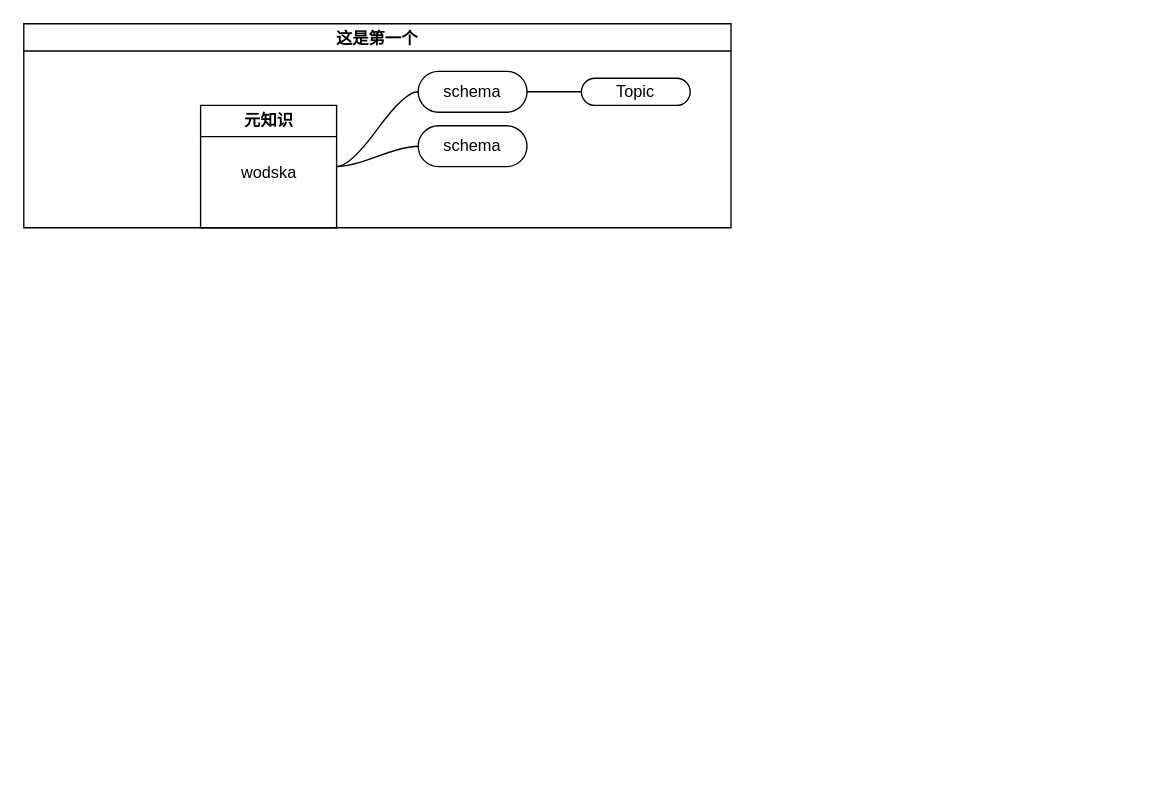
The draw.io diagram mytest.drawio in kidoln/drawio, before the edit. Source tidied: cells renumbered, new cells numbered last; positions are measured from the earlier drawing's top-left corner, leaving out a move shared by most shapes. Both pictures are drawn from the tidied source at 136%, with x=0, y=0 at pixel (23, 23).
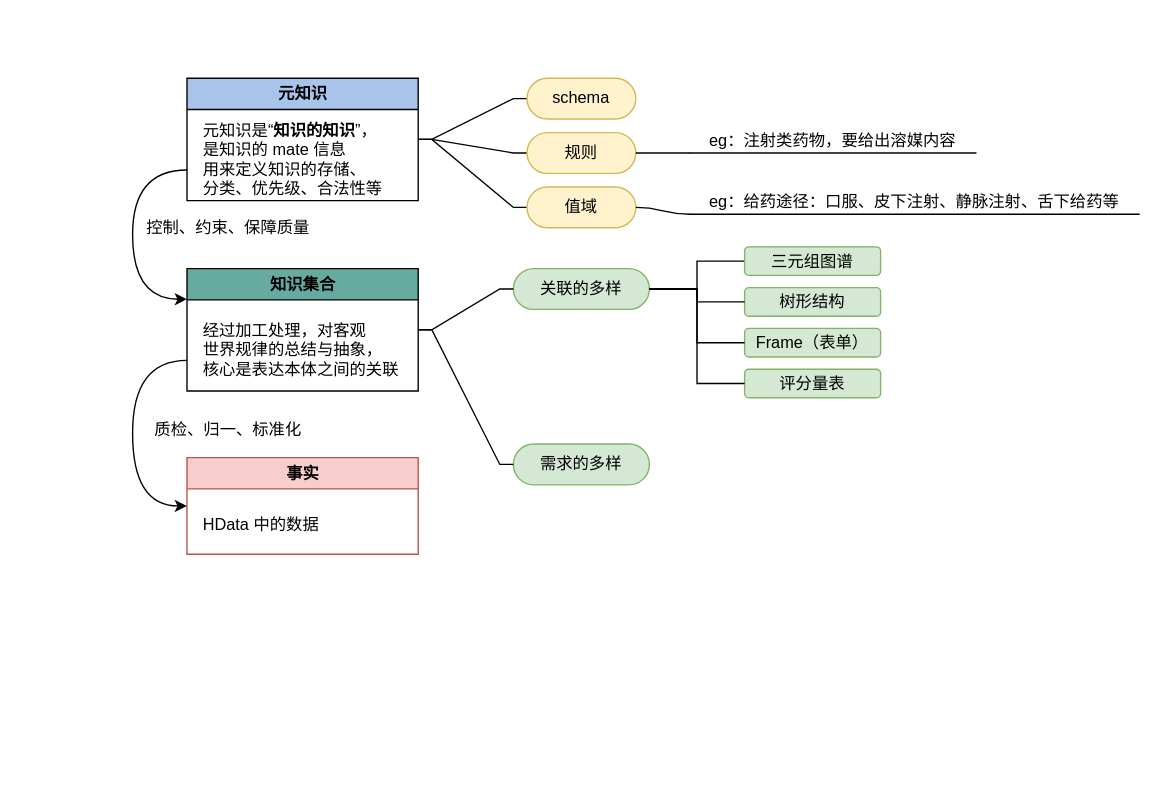
The same diagram, later.

The edit, as a diff of the source:
```diff
@@
-    <mxCell id="2" value="这是第一个" style="swimlane;startSize=20;horizontal=1;containerType=tree;" parent="1" vertex="1">
-      <mxGeometry width="520" height="150" as="geometry" />
+    <mxCell id="2" value="这是第一个" style="swimlane;startSize=20;horizontal=1;containerType=tree;swimlaneHead=0;swimlaneBody=0;noLabel=1;strokeColor=none;" parent="1" vertex="1">
+      <mxGeometry width="830" height="549" as="geometry" />
     </mxCell>
-    <mxCell id="3" style="edgeStyle=entityRelationEdgeStyle;startArrow=none;endArrow=none;segment=10;curved=1;rounded=0;" parent="2" edge="1" source="4" target="5">
+    <mxCell id="3" style="edgeStyle=entityRelationEdgeStyle;startArrow=none;endArrow=none;segment=10;rounded=0;arcSize=40;" parent="2" edge="1" source="4" target="5">
       <mxGeometry relative="1" as="geometry" />
     </mxCell>
+    <mxCell id="11" style="edgeStyle=orthogonalEdgeStyle;curved=1;rounded=1;jumpSize=6;jettySize=auto;html=1;exitX=0;exitY=0.75;exitDx=0;exitDy=0;entryX=0;entryY=0.25;entryDx=0;entryDy=0;fontColor=#000000;elbow=vertical;" parent="2" edge="1" source="4" target="18">
+      <mxGeometry relative="1" as="geometry">
+        <Array as="points">
+          <mxPoint x="80" y="108" />
+          <mxPoint x="80" y="203" />
+        </Array>
+      </mxGeometry>
+    </mxCell>
-    <mxCell id="4" value="元知识" style="swimlane;fontFamily=Helvetica;fontSize=12;fontColor=rgb(0, 0, 0);align=center;strokeColor=rgb(0, 0, 0);fillColor=rgb(255, 255, 255);html=1;startSize=23;" parent="2" vertex="1">
-      <mxGeometry x="130" y="60" width="100" height="90" as="geometry" />
+    <mxCell id="4" value="元知识" style="swimlane;fontFamily=Helvetica;fontSize=12;fontColor=rgb(0, 0, 0);align=center;strokeColor=rgb(0, 0, 0);fillColor=#A9C4EB;html=1;startSize=23;" parent="2" vertex="1">
+      <mxGeometry x="120" y="40" width="170" height="90" as="geometry" />
     </mxCell>
+    <mxCell id="10" value="&lt;div&gt;元知识是“&lt;b&gt;知识的知识&lt;/b&gt;”，&lt;/div&gt;&lt;div&gt;是知识的 mate 信息&lt;/div&gt;&lt;div&gt;用来定义知识的存储、&lt;/div&gt;&lt;div&gt;分类、优先级、合法性等&lt;/div&gt;" style="text;html=1;align=left;verticalAlign=middle;strokeColor=none;fillColor=none;" parent="4" vertex="1">
+      <mxGeometry x="10" y="30" width="150" height="60" as="geometry" />
+    </mxCell>
-    <mxCell id="5" value="schema" style="whiteSpace=wrap;html=1;rounded=1;arcSize=50;align=center;verticalAlign=middle;strokeWidth=1;spacing=4;newEdgeStyle={&quot;edgeStyle&quot;:&quot;entityRelationEdgeStyle&quot;,&quot;startArrow&quot;:&quot;none&quot;,&quot;endArrow&quot;:&quot;none&quot;,&quot;segment&quot;:10,&quot;curved&quot;:1};" parent="2" vertex="1">
-      <mxGeometry x="290" y="35" width="80" height="30" as="geometry" />
+    <mxCell id="5" value="schema" style="whiteSpace=wrap;html=1;rounded=1;arcSize=50;align=center;verticalAlign=middle;strokeWidth=1;spacing=4;newEdgeStyle={&quot;edgeStyle&quot;:&quot;entityRelationEdgeStyle&quot;,&quot;startArrow&quot;:&quot;none&quot;,&quot;endArrow&quot;:&quot;none&quot;,&quot;segment&quot;:10,&quot;curved&quot;:1};fillColor=#fff2cc;strokeColor=#d6b656;" parent="2" vertex="1">
+      <mxGeometry x="370" y="40" width="80" height="30" as="geometry" />
     </mxCell>
-    <mxCell id="6" style="edgeStyle=entityRelationEdgeStyle;startArrow=none;endArrow=none;segment=10;curved=1;rounded=0;" parent="2" edge="1" source="5" target="7">
-      <mxGeometry relative="1" as="geometry" />
-    </mxCell>
-    <mxCell id="7" value="Topic" style="whiteSpace=wrap;html=1;rounded=1;arcSize=50;align=center;verticalAlign=middle;strokeWidth=1;spacing=4;newEdgeStyle={&quot;edgeStyle&quot;:&quot;entityRelationEdgeStyle&quot;,&quot;startArrow&quot;:&quot;none&quot;,&quot;endArrow&quot;:&quot;none&quot;,&quot;segment&quot;:10,&quot;curved&quot;:1};" parent="2" vertex="1">
-      <mxGeometry x="410" y="40" width="80" height="20" as="geometry" />
-    </mxCell>
-    <mxCell id="8" style="edgeStyle=entityRelationEdgeStyle;startArrow=none;endArrow=none;segment=10;curved=1;rounded=0;" parent="2" edge="1" source="4" target="9">
+    <mxCell id="8" style="edgeStyle=entityRelationEdgeStyle;startArrow=none;endArrow=none;segment=10;rounded=0;arcSize=40;" parent="2" edge="1" source="4" target="9">
       <mxGeometry relative="1" as="geometry" />
     </mxCell>
-    <mxCell id="9" value="schema" style="whiteSpace=wrap;html=1;rounded=1;arcSize=50;align=center;verticalAlign=middle;strokeWidth=1;spacing=4;newEdgeStyle={&quot;edgeStyle&quot;:&quot;entityRelationEdgeStyle&quot;,&quot;startArrow&quot;:&quot;none&quot;,&quot;endArrow&quot;:&quot;none&quot;,&quot;segment&quot;:10,&quot;curved&quot;:1};" parent="2" vertex="1">
-      <mxGeometry x="290" y="75" width="80" height="30" as="geometry" />
+    <mxCell id="9" value="规则" style="whiteSpace=wrap;html=1;rounded=1;arcSize=50;align=center;verticalAlign=middle;strokeWidth=1;spacing=4;newEdgeStyle={&quot;edgeStyle&quot;:&quot;entityRelationEdgeStyle&quot;,&quot;startArrow&quot;:&quot;none&quot;,&quot;endArrow&quot;:&quot;none&quot;,&quot;segment&quot;:10,&quot;curved&quot;:1};fillColor=#fff2cc;strokeColor=#d6b656;" parent="2" vertex="1">
+      <mxGeometry x="370" y="80" width="80" height="30" as="geometry" />
     </mxCell>
-    <mxCell id="10" value="wodska" style="text;html=1;align=center;verticalAlign=middle;strokeColor=none;fillColor=none;" parent="1" vertex="1">
-      <mxGeometry x="150" y="100" width="60" height="20" as="geometry" />
-    </mxCell>
+    <mxCell id="12" style="edgeStyle=entityRelationEdgeStyle;startArrow=none;endArrow=none;segment=10;rounded=0;jumpSize=6;arcSize=40;" parent="2" edge="1" source="4" target="13">
+      <mxGeometry relative="1" as="geometry" />
+    </mxCell>
+    <mxCell id="13" value="值域" style="whiteSpace=wrap;html=1;rounded=1;arcSize=50;align=center;verticalAlign=middle;strokeWidth=1;spacing=4;newEdgeStyle={&quot;edgeStyle&quot;:&quot;entityRelationEdgeStyle&quot;,&quot;startArrow&quot;:&quot;none&quot;,&quot;endArrow&quot;:&quot;none&quot;,&quot;segment&quot;:10,&quot;curved&quot;:1};fillColor=#fff2cc;strokeColor=#d6b656;" parent="2" vertex="1">
+      <mxGeometry x="370" y="120" width="80" height="30" as="geometry" />
+    </mxCell>
+    <mxCell id="14" value="&lt;div&gt;eg：注射类药物，要给出溶媒内容&lt;/div&gt;" style="whiteSpace=wrap;html=1;shape=partialRectangle;top=0;left=0;bottom=1;right=0;points=[[0,1],[1,1]];fillColor=none;align=center;verticalAlign=bottom;routingCenterY=0.5;snapToPoint=1;newEdgeStyle={&quot;edgeStyle&quot;:&quot;entityRelationEdgeStyle&quot;,&quot;startArrow&quot;:&quot;none&quot;,&quot;endArrow&quot;:&quot;none&quot;,&quot;segment&quot;:10,&quot;curved&quot;:1};fontColor=#000000;" parent="2" vertex="1">
+      <mxGeometry x="490" y="75" width="210" height="20" as="geometry" />
+    </mxCell>
+    <mxCell id="15" style="edgeStyle=entityRelationEdgeStyle;startArrow=none;endArrow=none;segment=10;curved=1;rounded=1;fontColor=#C3ABD0;jumpSize=6;" parent="2" edge="1" source="9" target="14">
+      <mxGeometry relative="1" as="geometry" />
+    </mxCell>
+    <mxCell id="16" value="&lt;div&gt;eg：给药途径：口服、皮下注射、静脉注射、舌下给药等&lt;/div&gt;" style="whiteSpace=wrap;html=1;shape=partialRectangle;top=0;left=0;bottom=1;right=0;points=[[0,1],[1,1]];fillColor=none;align=center;verticalAlign=bottom;routingCenterY=0.5;snapToPoint=1;newEdgeStyle={&quot;edgeStyle&quot;:&quot;entityRelationEdgeStyle&quot;,&quot;startArrow&quot;:&quot;none&quot;,&quot;endArrow&quot;:&quot;none&quot;,&quot;segment&quot;:10,&quot;curved&quot;:1};fontColor=#000000;" parent="2" vertex="1">
+      <mxGeometry x="490" y="120" width="330" height="20" as="geometry" />
+    </mxCell>
+    <mxCell id="17" style="edgeStyle=entityRelationEdgeStyle;startArrow=none;endArrow=none;segment=10;curved=1;rounded=1;fontColor=#C3ABD0;jumpSize=6;" parent="2" edge="1" source="13" target="16">
+      <mxGeometry relative="1" as="geometry" />
+    </mxCell>
+    <mxCell id="18" value="知识集合" style="swimlane;fontFamily=Helvetica;fontSize=12;fontColor=rgb(0, 0, 0);align=center;strokeColor=rgb(0, 0, 0);fillColor=#67AB9F;html=1;startSize=23;" parent="2" vertex="1">
+      <mxGeometry x="120" y="180" width="170" height="90" as="geometry" />
+    </mxCell>
+    <mxCell id="19" value="&lt;div&gt;经过加工处理，对客观&lt;/div&gt;&lt;div&gt;世界规律的总结与抽象，&lt;/div&gt;&lt;div&gt;核心是表达本体之间的关联&lt;/div&gt;" style="text;html=1;align=left;verticalAlign=middle;strokeColor=none;fillColor=none;" parent="18" vertex="1">
+      <mxGeometry x="10" y="35" width="160" height="50" as="geometry" />
+    </mxCell>
+    <mxCell id="20" style="edgeStyle=orthogonalEdgeStyle;rounded=1;jumpSize=6;jettySize=auto;html=1;fontColor=#000000;arcSize=0;endArrow=none;endFill=0;" parent="2" edge="1" source="21" target="24">
+      <mxGeometry relative="1" as="geometry" />
+    </mxCell>
+    <mxCell id="21" value="关联的多样" style="whiteSpace=wrap;html=1;rounded=1;arcSize=50;align=center;verticalAlign=middle;strokeWidth=1;spacing=4;newEdgeStyle={&quot;edgeStyle&quot;:&quot;entityRelationEdgeStyle&quot;,&quot;startArrow&quot;:&quot;none&quot;,&quot;endArrow&quot;:&quot;none&quot;,&quot;segment&quot;:10,&quot;curved&quot;:1};fillColor=#d5e8d4;strokeColor=#82b366;" parent="2" vertex="1">
+      <mxGeometry x="360" y="180" width="100" height="30" as="geometry" />
+    </mxCell>
+    <mxCell id="22" style="edgeStyle=entityRelationEdgeStyle;startArrow=none;endArrow=none;segment=10;rounded=0;arcSize=40;" parent="2" edge="1" source="18" target="21">
+      <mxGeometry relative="1" as="geometry" />
+    </mxCell>
+    <mxCell id="23" value="&lt;div&gt;控制、约束、保障质量&lt;/div&gt;" style="text;html=1;align=center;verticalAlign=middle;strokeColor=none;fillColor=none;fontColor=#000000;" parent="2" vertex="1">
+      <mxGeometry x="80" y="140" width="140" height="20" as="geometry" />
+    </mxCell>
+    <mxCell id="24" value="三元组图谱" style="rounded=1;whiteSpace=wrap;html=1;strokeWidth=1;fillColor=#d5e8d4;strokeColor=#82b366;" parent="2" vertex="1">
+      <mxGeometry x="530" y="164" width="100" height="21" as="geometry" />
+    </mxCell>
+    <mxCell id="25" value="树形结构" style="rounded=1;whiteSpace=wrap;html=1;strokeWidth=1;fillColor=#d5e8d4;strokeColor=#82b366;" parent="2" vertex="1">
+      <mxGeometry x="530" y="194" width="100" height="21" as="geometry" />
+    </mxCell>
+    <mxCell id="26" style="edgeStyle=orthogonalEdgeStyle;rounded=1;jumpSize=6;jettySize=auto;html=1;fontColor=#000000;arcSize=0;endArrow=none;endFill=0;" parent="2" edge="1" source="21" target="25">
+      <mxGeometry relative="1" as="geometry" />
+    </mxCell>
+    <mxCell id="27" value="Frame（表单）" style="rounded=1;whiteSpace=wrap;html=1;strokeWidth=1;fillColor=#d5e8d4;strokeColor=#82b366;" parent="2" vertex="1">
+      <mxGeometry x="530" y="224" width="100" height="21" as="geometry" />
+    </mxCell>
+    <mxCell id="28" value="评分量表" style="rounded=1;whiteSpace=wrap;html=1;strokeWidth=1;fillColor=#d5e8d4;strokeColor=#82b366;" parent="2" vertex="1">
+      <mxGeometry x="530" y="254" width="100" height="21" as="geometry" />
+    </mxCell>
+    <mxCell id="29" style="edgeStyle=orthogonalEdgeStyle;rounded=1;jumpSize=6;jettySize=auto;html=1;fontColor=#000000;arcSize=0;entryX=0;entryY=0.5;entryDx=0;entryDy=0;endArrow=none;endFill=0;" parent="2" edge="1" source="21" target="27">
+      <mxGeometry relative="1" as="geometry" />
+    </mxCell>
+    <mxCell id="30" style="edgeStyle=orthogonalEdgeStyle;rounded=1;jumpSize=6;jettySize=auto;html=1;fontColor=#000000;arcSize=0;entryX=0;entryY=0.5;entryDx=0;entryDy=0;endArrow=none;endFill=0;" parent="2" edge="1" source="21" target="28">
+      <mxGeometry relative="1" as="geometry" />
+    </mxCell>
+    <mxCell id="31" value="事实" style="swimlane;fontFamily=Helvetica;fontSize=12;align=center;strokeColor=#b85450;fillColor=#f8cecc;html=1;startSize=23;" parent="2" vertex="1">
+      <mxGeometry x="120" y="319" width="170" height="71" as="geometry" />
+    </mxCell>
+    <mxCell id="32" value="HData 中的数据" style="text;html=1;align=left;verticalAlign=middle;strokeColor=none;fillColor=none;" parent="31" vertex="1">
+      <mxGeometry x="10" y="40" width="100" height="20" as="geometry" />
+    </mxCell>
+    <mxCell id="33" style="edgeStyle=orthogonalEdgeStyle;curved=1;rounded=1;jumpSize=6;jettySize=auto;html=1;exitX=0;exitY=0.75;exitDx=0;exitDy=0;entryX=0;entryY=0.5;entryDx=0;entryDy=0;fontColor=#000000;elbow=vertical;" parent="2" edge="1" source="18" target="31">
+      <mxGeometry relative="1" as="geometry">
+        <Array as="points">
+          <mxPoint x="80" y="248" />
+          <mxPoint x="80" y="355" />
+        </Array>
+      </mxGeometry>
+    </mxCell>
+    <mxCell id="34" value="&lt;div&gt;质检、归一、标准化&lt;/div&gt;" style="text;html=1;align=center;verticalAlign=middle;strokeColor=none;fillColor=none;fontColor=#000000;" parent="2" vertex="1">
+      <mxGeometry x="90" y="289" width="120" height="20" as="geometry" />
+    </mxCell>
+    <mxCell id="35" value="需求的多样" style="whiteSpace=wrap;html=1;rounded=1;arcSize=50;align=center;verticalAlign=middle;strokeWidth=1;spacing=4;newEdgeStyle={&quot;edgeStyle&quot;:&quot;entityRelationEdgeStyle&quot;,&quot;startArrow&quot;:&quot;none&quot;,&quot;endArrow&quot;:&quot;none&quot;,&quot;segment&quot;:10,&quot;curved&quot;:1};fillColor=#d5e8d4;strokeColor=#82b366;" parent="1" vertex="1">
+      <mxGeometry x="360" y="309" width="100" height="30" as="geometry" />
+    </mxCell>
+    <mxCell id="36" style="edgeStyle=entityRelationEdgeStyle;startArrow=none;endArrow=none;segment=10;rounded=0;arcSize=40;" parent="1" edge="1" source="18" target="35">
+      <mxGeometry relative="1" as="geometry" />
+    </mxCell>
```
